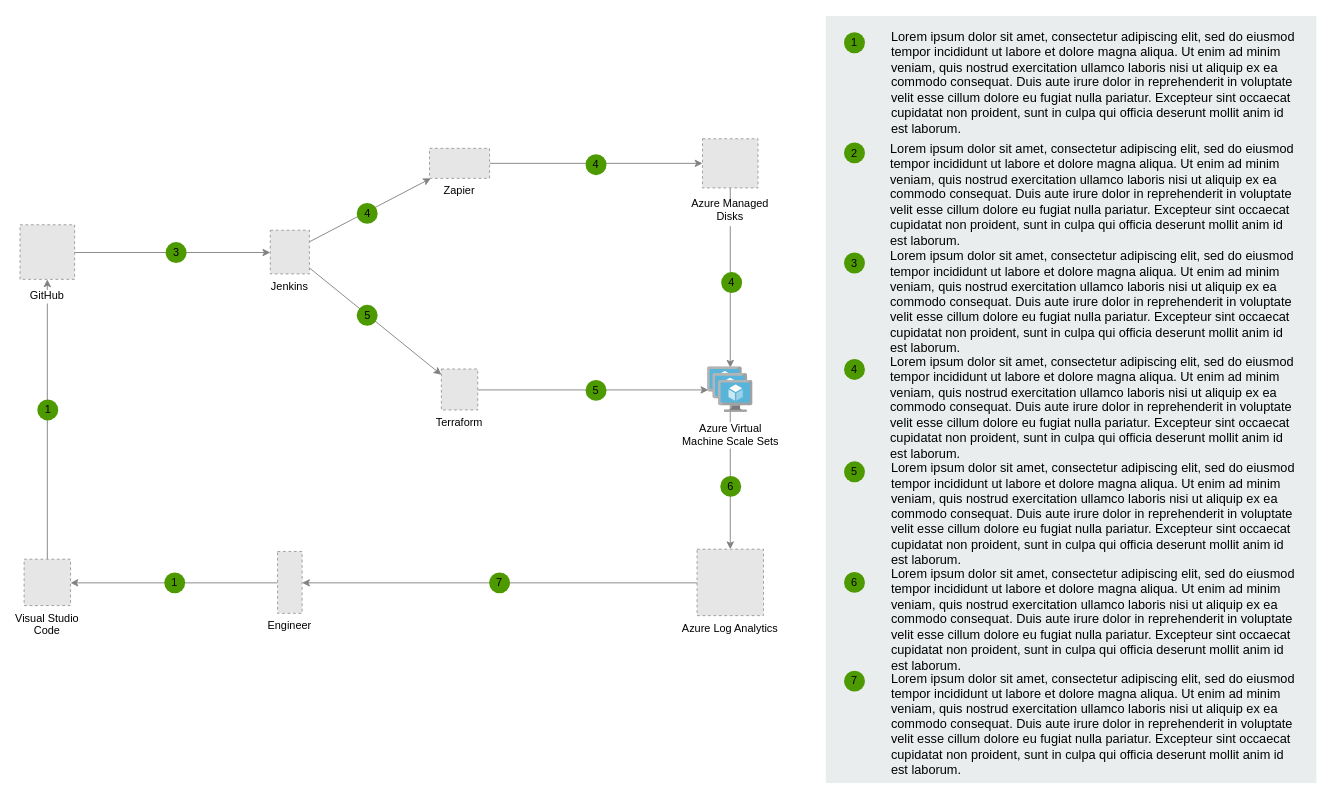
This is Untitled Diagram.drawio from itonix/draw.io, a draw.io file, before an edit. Source tidied: cells renumbered, new cells numbered last; positions are measured from the earlier drawing's top-left corner, leaving out a move shared by most shapes. Both pictures are drawn from the tidied source at 91%, with x=0, y=0 at pixel (19, 15). Pictures stored in the file or linked from it are replaced by grey dashed boxes.
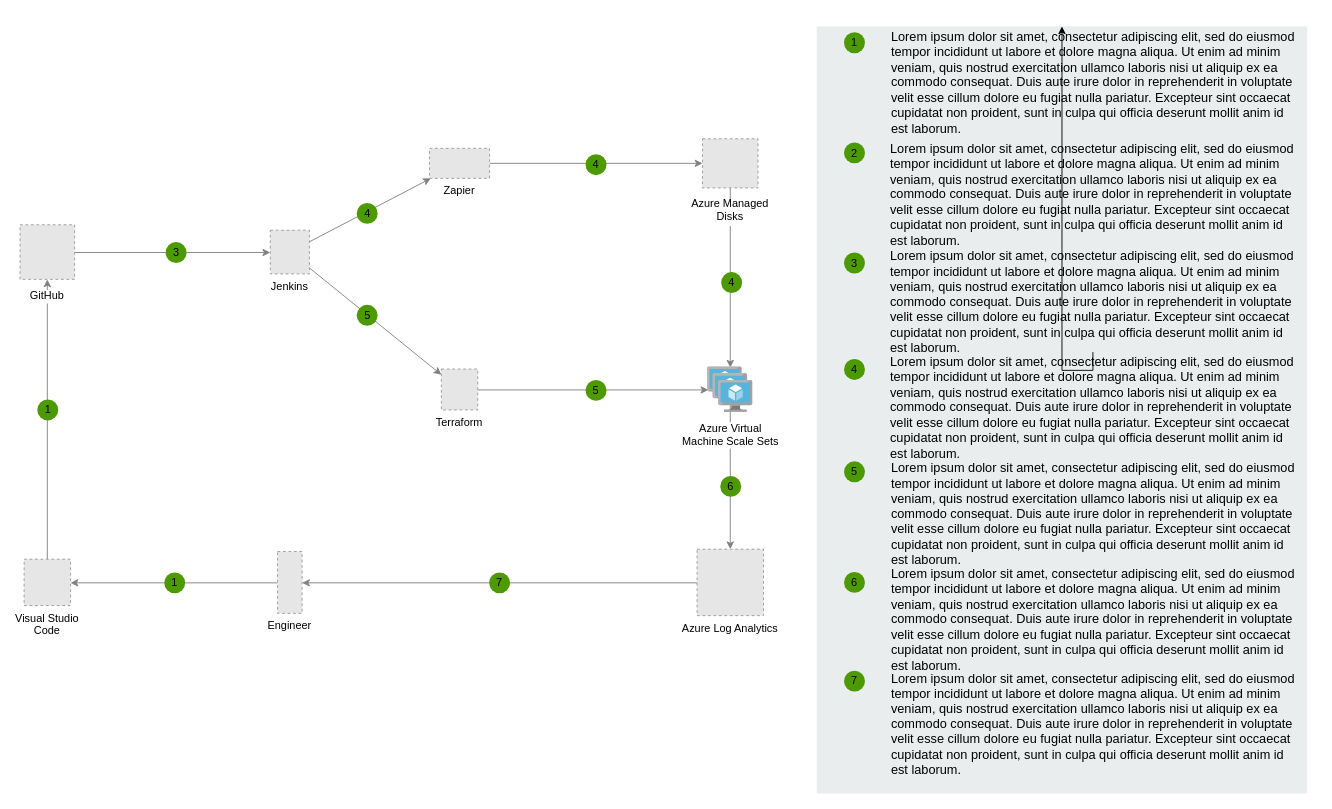
The same diagram, later.

Unchanged cells that the change refers to:
```xml
<mxCell id="34" value="&lt;span&gt;Lorem ipsum dolor sit amet, consectetur adipiscing elit, sed do eiusmod tempor incididunt ut labore et dolore magna aliqua. Ut enim ad minim veniam, quis nostrud exercitation ullamco laboris nisi ut aliquip ex ea commodo consequat. Duis aute irure dolor in reprehenderit in voluptate velit esse cillum dolore eu fugiat nulla pariatur. Excepteur sint occaecat cupidatat non proident, sunt in culpa qui officia deserunt mollit anim id est laborum.&lt;/span&gt;&lt;br&gt;" style="text;html=1;align=left;verticalAlign=top;spacingTop=-4;fontSize=14;labelBackgroundColor=none;whiteSpace=wrap;" parent="1" vertex="1">
  <mxGeometry x="954.5" y="252.5" width="450" height="117" as="geometry" />
</mxCell>
```

The edit, as a diff of the source:
```diff
@@
     <mxCell id="31" style="rounded=0;whiteSpace=wrap;html=1;fillColor=#EAEDED;fontSize=22;fontColor=#FFFFFF;strokeColor=none;labelBackgroundColor=none;" parent="1" vertex="1">
-      <mxGeometry x="886" width="539" height="843" as="geometry" />
+      <mxGeometry x="876" y="11.5" width="539" height="843" as="geometry" />
     </mxCell>
@@
+    <mxCell id="46" style="edgeStyle=orthogonalEdgeStyle;rounded=0;jettySize=auto;html=1;" parent="1" edge="1" source="34" target="31">
+      <mxGeometry relative="1" as="geometry" />
+    </mxCell>
```
